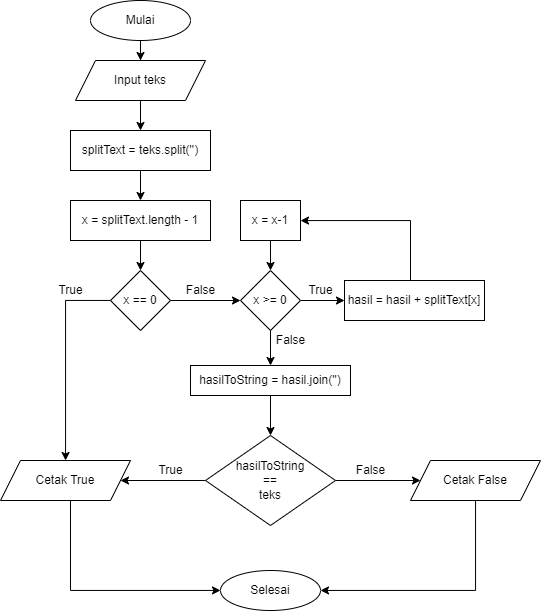
Above: Tugas 2/reverse dan palindrom-Palindrom.drawio.png in taufik17/Pijar_Camp (draw.io), before the change. Source tidied: cells renumbered, new cells last; positions are measured from the earlier drawing's top-left corner, leaving out a move shared by most shapes. Its diagram source:
```xml
<mxGraphModel>
  <root>
    <mxCell id="0" />
    <mxCell id="1" parent="0" />
    <mxCell id="2" style="edgeStyle=orthogonalEdgeStyle;rounded=0;jettySize=auto;html=1;" parent="1" edge="1" source="3" target="6">
      <mxGeometry relative="1" as="geometry" />
    </mxCell>
    <mxCell id="3" value="Mulai" style="ellipse;whiteSpace=wrap;html=1;" parent="1" vertex="1">
      <mxGeometry x="90" width="100" height="40" as="geometry" />
    </mxCell>
    <mxCell id="4" value="Selesai" style="ellipse;whiteSpace=wrap;html=1;" parent="1" vertex="1">
      <mxGeometry x="220" y="570" width="100" height="40" as="geometry" />
    </mxCell>
    <mxCell id="5" style="edgeStyle=orthogonalEdgeStyle;rounded=0;jettySize=auto;html=1;" parent="1" edge="1" source="6" target="8">
      <mxGeometry relative="1" as="geometry" />
    </mxCell>
    <mxCell id="6" value="Input teks" style="shape=parallelogram;perimeter=parallelogramPerimeter;whiteSpace=wrap;html=1;fixedSize=1;" parent="1" vertex="1">
      <mxGeometry x="75" y="60" width="130" height="40" as="geometry" />
    </mxCell>
    <mxCell id="7" style="edgeStyle=orthogonalEdgeStyle;rounded=0;jettySize=auto;html=1;" parent="1" edge="1" source="8" target="10">
      <mxGeometry relative="1" as="geometry" />
    </mxCell>
    <mxCell id="8" value="splitText = teks.split('')" style="rounded=0;whiteSpace=wrap;html=1;" parent="1" vertex="1">
      <mxGeometry x="70" y="130" width="140" height="40" as="geometry" />
    </mxCell>
    <mxCell id="9" style="edgeStyle=orthogonalEdgeStyle;rounded=0;jettySize=auto;html=1;" parent="1" edge="1" source="10" target="17">
      <mxGeometry relative="1" as="geometry" />
    </mxCell>
    <mxCell id="10" value="x = splitText.length - 1" style="rounded=0;whiteSpace=wrap;html=1;" parent="1" vertex="1">
      <mxGeometry x="70" y="200" width="140" height="40" as="geometry" />
    </mxCell>
    <mxCell id="11" style="edgeStyle=orthogonalEdgeStyle;rounded=0;jettySize=auto;html=1;" parent="1" edge="1" source="12" target="4">
      <mxGeometry relative="1" as="geometry">
        <Array as="points">
          <mxPoint x="70" y="590" />
        </Array>
      </mxGeometry>
    </mxCell>
    <mxCell id="12" value="Cetak True" style="shape=parallelogram;perimeter=parallelogramPerimeter;whiteSpace=wrap;html=1;fixedSize=1;" parent="1" vertex="1">
      <mxGeometry y="460" width="130" height="40" as="geometry" />
    </mxCell>
    <mxCell id="13" style="edgeStyle=orthogonalEdgeStyle;rounded=0;jettySize=auto;html=1;" parent="1" edge="1" source="14" target="4">
      <mxGeometry relative="1" as="geometry">
        <Array as="points">
          <mxPoint x="475" y="590" />
        </Array>
      </mxGeometry>
    </mxCell>
    <mxCell id="14" value="Cetak False" style="shape=parallelogram;perimeter=parallelogramPerimeter;whiteSpace=wrap;html=1;fixedSize=1;" parent="1" vertex="1">
      <mxGeometry x="410" y="460" width="130" height="40" as="geometry" />
    </mxCell>
    <mxCell id="15" style="edgeStyle=orthogonalEdgeStyle;rounded=0;jettySize=auto;html=1;" parent="1" edge="1" source="17" target="12">
      <mxGeometry relative="1" as="geometry">
        <Array as="points">
          <mxPoint x="65" y="300" />
        </Array>
      </mxGeometry>
    </mxCell>
    <mxCell id="16" style="edgeStyle=orthogonalEdgeStyle;rounded=0;jettySize=auto;html=1;" parent="1" edge="1" source="17" target="20">
      <mxGeometry relative="1" as="geometry" />
    </mxCell>
    <mxCell id="17" value="x == 0" style="rhombus;whiteSpace=wrap;html=1;" parent="1" vertex="1">
      <mxGeometry x="110" y="270" width="60" height="60" as="geometry" />
    </mxCell>
    <mxCell id="18" style="edgeStyle=orthogonalEdgeStyle;rounded=0;jettySize=auto;html=1;" parent="1" edge="1" source="20" target="24">
      <mxGeometry relative="1" as="geometry" />
    </mxCell>
    <mxCell id="19" style="edgeStyle=orthogonalEdgeStyle;rounded=0;jettySize=auto;html=1;" parent="1" edge="1" source="20" target="29">
      <mxGeometry relative="1" as="geometry" />
    </mxCell>
    <mxCell id="20" value="x &amp;gt;= 0" style="rhombus;whiteSpace=wrap;html=1;" parent="1" vertex="1">
      <mxGeometry x="240" y="270" width="60" height="60" as="geometry" />
    </mxCell>
    <mxCell id="21" value="True" style="text;html=1;align=center;verticalAlign=middle;strokeColor=none;fillColor=none;" parent="1" vertex="1">
      <mxGeometry x="50" y="280" width="40" height="20" as="geometry" />
    </mxCell>
    <mxCell id="22" value="False" style="text;html=1;align=center;verticalAlign=middle;strokeColor=none;fillColor=none;" parent="1" vertex="1">
      <mxGeometry x="180" y="280" width="40" height="20" as="geometry" />
    </mxCell>
    <mxCell id="23" style="edgeStyle=orthogonalEdgeStyle;rounded=0;jettySize=auto;html=1;" parent="1" edge="1" source="24" target="26">
      <mxGeometry relative="1" as="geometry">
        <Array as="points">
          <mxPoint x="410" y="220" />
        </Array>
      </mxGeometry>
    </mxCell>
    <mxCell id="24" value="hasil = hasil + splitText[x]" style="rounded=0;whiteSpace=wrap;html=1;" parent="1" vertex="1">
      <mxGeometry x="344" y="280" width="140" height="40" as="geometry" />
    </mxCell>
    <mxCell id="25" style="edgeStyle=orthogonalEdgeStyle;rounded=0;jettySize=auto;html=1;" parent="1" edge="1" source="26" target="20">
      <mxGeometry relative="1" as="geometry" />
    </mxCell>
    <mxCell id="26" value="x = x-1" style="rounded=0;whiteSpace=wrap;html=1;" parent="1" vertex="1">
      <mxGeometry x="240" y="200" width="60" height="40" as="geometry" />
    </mxCell>
    <mxCell id="27" value="True" style="text;html=1;align=center;verticalAlign=middle;strokeColor=none;fillColor=none;" parent="1" vertex="1">
      <mxGeometry x="300" y="280" width="40" height="20" as="geometry" />
    </mxCell>
    <mxCell id="28" style="edgeStyle=orthogonalEdgeStyle;rounded=0;jettySize=auto;html=1;" parent="1" edge="1" source="29" target="32">
      <mxGeometry relative="1" as="geometry" />
    </mxCell>
    <mxCell id="29" value="hasilToString = hasil.join('')" style="whiteSpace=wrap;html=1;" parent="1" vertex="1">
      <mxGeometry x="190" y="365" width="160" height="30" as="geometry" />
    </mxCell>
    <mxCell id="30" style="edgeStyle=orthogonalEdgeStyle;rounded=0;jettySize=auto;html=1;" parent="1" edge="1" source="32" target="12">
      <mxGeometry relative="1" as="geometry" />
    </mxCell>
    <mxCell id="31" style="edgeStyle=orthogonalEdgeStyle;rounded=0;jettySize=auto;html=1;" parent="1" edge="1" source="32" target="14">
      <mxGeometry relative="1" as="geometry" />
    </mxCell>
    <mxCell id="32" value="hasilToString&lt;br&gt;==&lt;br&gt;teks" style="rhombus;whiteSpace=wrap;html=1;" parent="1" vertex="1">
      <mxGeometry x="205" y="435" width="130" height="90" as="geometry" />
    </mxCell>
    <mxCell id="33" value="True" style="text;html=1;align=center;verticalAlign=middle;strokeColor=none;fillColor=none;" parent="1" vertex="1">
      <mxGeometry x="150" y="460" width="40" height="20" as="geometry" />
    </mxCell>
    <mxCell id="34" value="False" style="text;html=1;align=center;verticalAlign=middle;strokeColor=none;fillColor=none;" parent="1" vertex="1">
      <mxGeometry x="350" y="460" width="40" height="20" as="geometry" />
    </mxCell>
    <mxCell id="35" value="False" style="text;html=1;align=center;verticalAlign=middle;strokeColor=none;fillColor=none;" parent="1" vertex="1">
      <mxGeometry x="270" y="330" width="40" height="20" as="geometry" />
    </mxCell>
  </root>
</mxGraphModel>
```
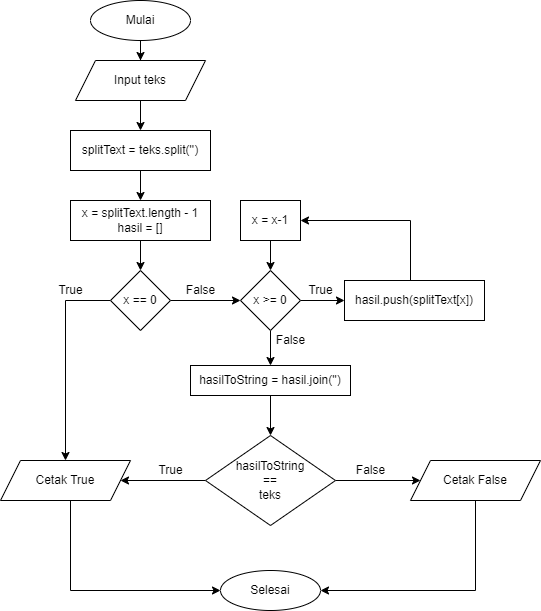
The same file after the commit.

The edit, as a diff of the source:
```diff
@@ -26,7 +26,7 @@
     <mxCell id="9" style="edgeStyle=orthogonalEdgeStyle;rounded=0;jettySize=auto;html=1;" parent="1" edge="1" source="10" target="17">
       <mxGeometry relative="1" as="geometry" />
     </mxCell>
-    <mxCell id="10" value="x = splitText.length - 1" style="rounded=0;whiteSpace=wrap;html=1;" parent="1" vertex="1">
+    <mxCell id="10" value="x = splitText.length - 1&lt;br&gt;hasil = []" style="rounded=0;whiteSpace=wrap;html=1;" parent="1" vertex="1">
       <mxGeometry x="70" y="200" width="140" height="40" as="geometry" />
     </mxCell>
     <mxCell id="11" style="edgeStyle=orthogonalEdgeStyle;rounded=0;jettySize=auto;html=1;" parent="1" edge="1" source="12" target="4">
@@ -84,7 +84,7 @@
         </Array>
       </mxGeometry>
     </mxCell>
-    <mxCell id="24" value="hasil = hasil + splitText[x]" style="rounded=0;whiteSpace=wrap;html=1;" parent="1" vertex="1">
+    <mxCell id="24" value="hasil.push(splitText[x])" style="rounded=0;whiteSpace=wrap;html=1;" parent="1" vertex="1">
       <mxGeometry x="344" y="280" width="140" height="40" as="geometry" />
     </mxCell>
     <mxCell id="25" style="edgeStyle=orthogonalEdgeStyle;rounded=0;jettySize=auto;html=1;" parent="1" edge="1" source="26" target="20">
```
